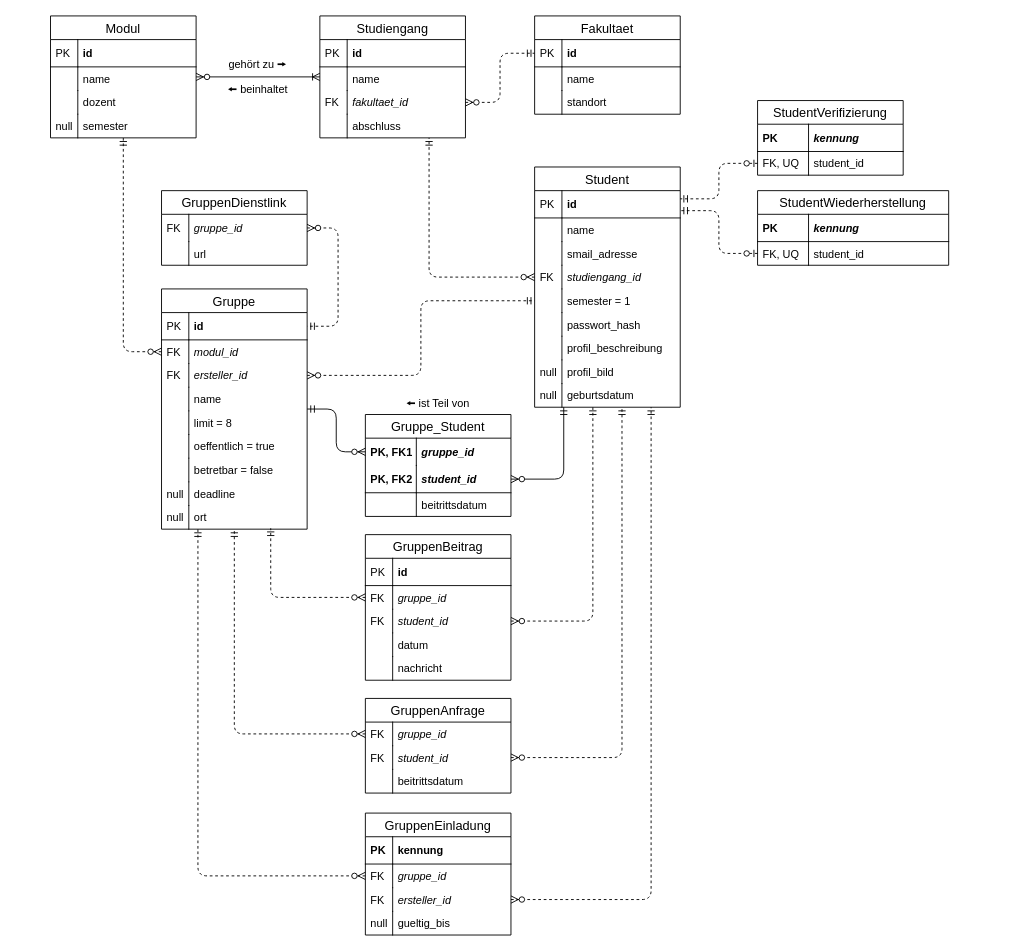
Before: page "ERD" (1 of 2) of model.drawio in jonasberge/thk-dbs2, a draw.io diagram. Source tidied: cells renumbered, new cells numbered last; positions are measured from the earlier drawing's top-left corner, leaving out a move shared by most shapes. Both pictures are drawn from the tidied source at 91%, with x=0, y=0 at pixel (50, 15).
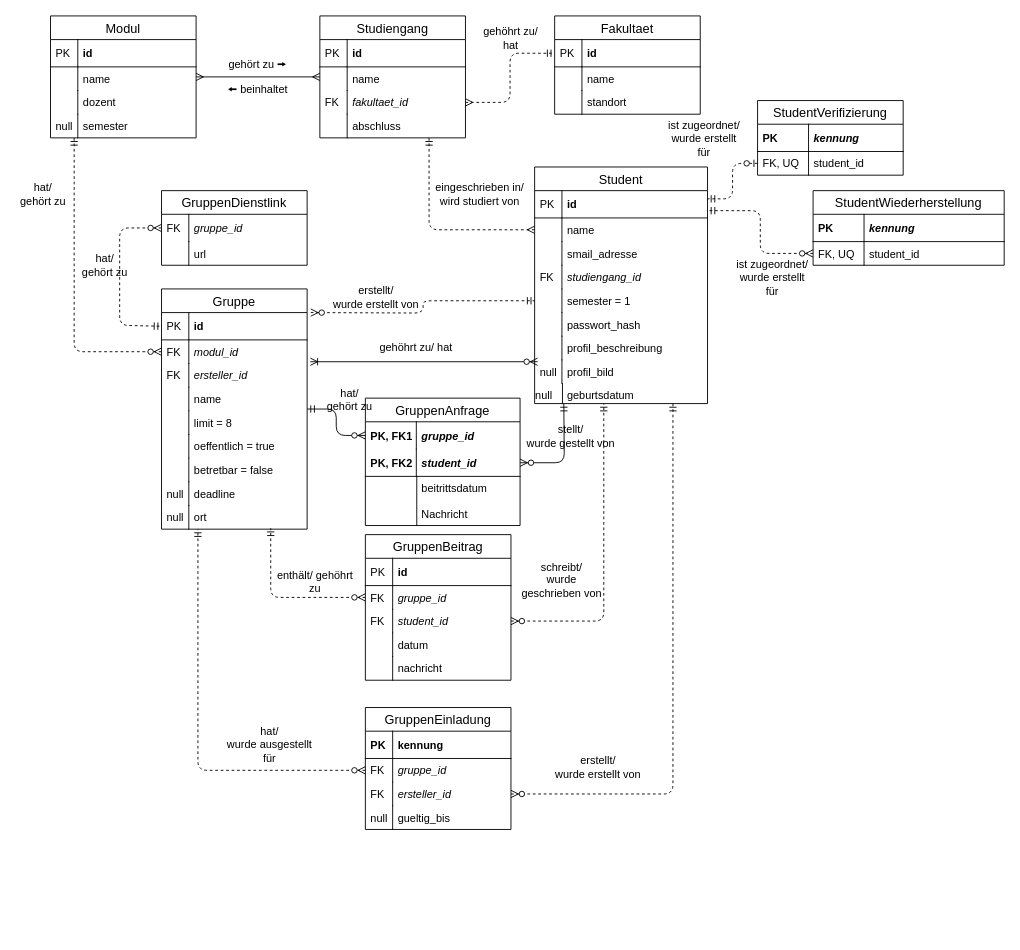
Above is the later version.

Commit message:
Beziehung beschriftet und Kardinalitaet angepasst

The change refers to these unchanged cells:
```xml
<mxCell id="10" value="id" style="shape=partialRectangle;top=0;left=0;right=0;bottom=1;align=left;verticalAlign=middle;fillColor=none;spacingLeft=34;spacingRight=4;overflow=hidden;points=[[0,0.5],[1,0.5]];portConstraint=eastwest;fontStyle=1;fontSize=12;" parent="9" vertex="1">
  <mxGeometry y="26" width="160" height="30" as="geometry" />
</mxCell>
<mxCell id="12" value="modul_id" style="shape=partialRectangle;top=0;left=0;right=0;bottom=0;align=left;verticalAlign=top;fillColor=none;spacingLeft=34;spacingRight=4;overflow=hidden;points=[[0,0.5],[1,0.5]];portConstraint=eastwest;fontSize=12;fontStyle=2;" parent="9" vertex="1">
  <mxGeometry y="56" width="160" height="26" as="geometry" />
</mxCell>
<mxCell id="14" value="ersteller_id" style="shape=partialRectangle;top=0;left=0;right=0;bottom=0;align=left;verticalAlign=top;fillColor=none;spacingLeft=34;spacingRight=4;overflow=hidden;points=[[0,0.5],[1,0.5]];portConstraint=eastwest;fontSize=12;fontStyle=2;" parent="9" vertex="1">
  <mxGeometry y="82" width="160" height="26" as="geometry" />
</mxCell>
<mxCell id="26" value="ort" style="shape=partialRectangle;top=0;left=0;right=0;bottom=0;align=left;verticalAlign=top;fillColor=none;spacingLeft=34;spacingRight=4;overflow=hidden;points=[[0,0.5],[1,0.5]];portConstraint=eastwest;fontSize=12;" parent="9" vertex="1">
  <mxGeometry y="238" width="160" height="26" as="geometry" />
</mxCell>
<mxCell id="40" value="gruppe_id" style="shape=partialRectangle;top=0;left=0;right=0;bottom=1;align=left;verticalAlign=middle;fillColor=none;spacingLeft=34;spacingRight=4;overflow=hidden;points=[[0,0.5],[1,0.5]];portConstraint=eastwest;fontStyle=2;fontSize=12;strokeColor=none;" parent="39" vertex="1">
  <mxGeometry y="26" width="160" height="30" as="geometry" />
</mxCell>
<mxCell id="88" value="Studiengang" style="swimlane;fontStyle=0;horizontal=1;startSize=26;align=center;fontSize=14;" parent="1" vertex="1">
  <mxGeometry x="296" width="160" height="134" as="geometry" />
</mxCell>
<mxCell id="93" value="fakultaet_id" style="shape=partialRectangle;top=0;left=0;right=0;bottom=0;align=left;verticalAlign=top;fillColor=none;spacingLeft=34;spacingRight=4;overflow=hidden;points=[[0,0.5],[1,0.5]];portConstraint=eastwest;fontSize=12;fontStyle=2;" parent="88" vertex="1">
  <mxGeometry y="82" width="160" height="26" as="geometry" />
</mxCell>
<mxCell id="95" value="abschluss" style="shape=partialRectangle;top=0;left=0;right=0;bottom=0;align=left;verticalAlign=top;fillColor=none;spacingLeft=34;spacingRight=4;overflow=hidden;points=[[0,0.5],[1,0.5]];portConstraint=eastwest;fontSize=12;" parent="88" vertex="1">
  <mxGeometry y="108" width="160" height="26" as="geometry" />
</mxCell>
<mxCell id="98" value="id" style="shape=partialRectangle;top=0;left=0;right=0;bottom=1;align=left;verticalAlign=middle;fillColor=none;spacingLeft=34;spacingRight=4;overflow=hidden;points=[[0,0.5],[1,0.5]];portConstraint=eastwest;fontStyle=1;fontSize=12;" parent="97" vertex="1">
  <mxGeometry y="26" width="160" height="30" as="geometry" />
</mxCell>
<mxCell id="104" value="Modul" style="swimlane;fontStyle=0;horizontal=1;startSize=26;align=center;fontSize=14;" parent="1" vertex="1">
  <mxGeometry width="160" height="134" as="geometry" />
</mxCell>
<mxCell id="131" value="student_id" style="shape=partialRectangle;top=0;left=0;right=0;bottom=0;align=left;verticalAlign=top;fillColor=none;spacingLeft=60;spacingRight=4;overflow=hidden;points=[[0,0.5],[1,0.5]];portConstraint=eastwest;fontSize=12;fontStyle=0;" parent="128" vertex="1">
  <mxGeometry y="56" width="210" height="26" as="geometry" />
</mxCell>
```

What changed in the source:
```diff
@@
-    <mxCell id="2" style="edgeStyle=orthogonalEdgeStyle;rounded=1;jettySize=auto;html=1;startArrow=ERzeroToMany;startFill=1;endArrow=ERmandOne;endFill=0;exitX=1;exitY=0.5;exitDx=0;exitDy=0;dashed=1;entryX=0;entryY=0.5;entryDx=0;entryDy=0;" parent="1" edge="1" source="93" target="98">
+    <mxCell id="2" style="edgeStyle=orthogonalEdgeStyle;rounded=1;jettySize=auto;html=1;startArrow=ERmany;startFill=0;endArrow=ERmandOne;endFill=0;exitX=1;exitY=0.5;exitDx=0;exitDy=0;dashed=1;entryX=0;entryY=0.5;entryDx=0;entryDy=0;" parent="1" edge="1" source="93" target="98">
       <mxGeometry relative="1" as="geometry" />
     </mxCell>
-    <mxCell id="3" style="edgeStyle=orthogonalEdgeStyle;rounded=1;jettySize=auto;html=1;startArrow=ERzeroToMany;startFill=1;endArrow=ERmandOne;endFill=0;entryX=0.75;entryY=1;entryDx=0;entryDy=0;entryPerimeter=0;exitX=0;exitY=0.5;exitDx=0;exitDy=0;dashed=1;" parent="1" edge="1" source="51" target="95">
+    <mxCell id="3" style="edgeStyle=orthogonalEdgeStyle;rounded=1;jettySize=auto;html=1;startArrow=ERmany;startFill=0;endArrow=ERmandOne;endFill=0;entryX=0.75;entryY=1;entryDx=0;entryDy=0;entryPerimeter=0;exitX=0;exitY=0.5;exitDx=0;exitDy=0;dashed=1;" parent="1" edge="1" source="47" target="95">
       <mxGeometry relative="1" as="geometry" />
     </mxCell>
@@
-    <mxCell id="5" style="edgeStyle=orthogonalEdgeStyle;rounded=1;jettySize=auto;html=1;startArrow=ERzeroToMany;startFill=1;endArrow=ERoneToMany;endFill=0;strokeColor=#000000;" parent="1" edge="1" source="104" target="88">
+    <mxCell id="5" style="edgeStyle=orthogonalEdgeStyle;rounded=1;jettySize=auto;html=1;startArrow=ERmany;startFill=0;endArrow=ERmany;endFill=0;strokeColor=#000000;" parent="1" edge="1" source="104" target="88">
       <mxGeometry relative="1" as="geometry" />
     </mxCell>
     <mxCell id="6" style="edgeStyle=orthogonalEdgeStyle;rounded=1;jettySize=auto;html=1;startArrow=ERzeroToMany;startFill=1;endArrow=ERmandOne;endFill=0;strokeColor=#000000;exitX=0;exitY=0.5;exitDx=0;exitDy=0;dashed=1;" parent="1" edge="1" source="12" target="104">
-      <mxGeometry relative="1" as="geometry" />
+      <mxGeometry relative="1" as="geometry">
+        <Array as="points">
+          <mxPoint x="26" y="369" />
+        </Array>
+      </mxGeometry>
     </mxCell>
-    <mxCell id="7" style="rounded=1;jettySize=auto;html=1;startArrow=ERzeroToMany;startFill=1;endArrow=ERmandOne;endFill=0;strokeColor=#000000;edgeStyle=orthogonalEdgeStyle;entryX=0;entryY=0.5;entryDx=0;entryDy=0;dashed=1;" parent="1" edge="1" source="14" target="53">
-      <mxGeometry relative="1" as="geometry" />
+    <mxCell id="7" style="rounded=1;jettySize=auto;html=1;startArrow=ERzeroToMany;startFill=1;endArrow=ERmandOne;endFill=0;strokeColor=#000000;edgeStyle=orthogonalEdgeStyle;entryX=0;entryY=0.5;entryDx=0;entryDy=0;dashed=1;" parent="1" edge="1" target="53">
+      <mxGeometry relative="1" as="geometry">
+        <mxPoint x="286" y="326" as="sourcePoint" />
+      </mxGeometry>
     </mxCell>
-    <mxCell id="8" style="edgeStyle=orthogonalEdgeStyle;rounded=1;jettySize=auto;html=1;entryX=1;entryY=0.733;entryDx=0;entryDy=0;startArrow=ERzeroToOne;startFill=1;endArrow=ERmandOne;endFill=0;strokeColor=#000000;entryPerimeter=0;exitX=0;exitY=0.5;exitDx=0;exitDy=0;dashed=1;" parent="1" edge="1" source="131" target="45">
+    <mxCell id="8" style="edgeStyle=orthogonalEdgeStyle;rounded=1;jettySize=auto;html=1;entryX=1;entryY=0.733;entryDx=0;entryDy=0;startArrow=ERzeroToMany;startFill=1;endArrow=ERmandOne;endFill=0;strokeColor=#000000;entryPerimeter=0;exitX=0;exitY=0.5;exitDx=0;exitDy=0;dashed=1;" parent="1" edge="1" source="131" target="45">
       <mxGeometry relative="1" as="geometry" />
     </mxCell>
@@
-    <mxCell id="28" style="edgeStyle=orthogonalEdgeStyle;rounded=1;jettySize=auto;html=1;entryX=1;entryY=0.5;entryDx=0;entryDy=0;startArrow=ERzeroToMany;startFill=1;endArrow=ERmandOne;endFill=0;strokeColor=#000000;exitX=1;exitY=0.5;exitDx=0;exitDy=0;dashed=1;" parent="1" edge="1" source="40" target="10">
+    <mxCell id="28" style="edgeStyle=orthogonalEdgeStyle;rounded=1;jettySize=auto;html=1;startArrow=ERzeroToMany;startFill=1;endArrow=ERmandOne;endFill=0;strokeColor=#000000;dashed=1;entryX=0;entryY=0.5;entryDx=0;entryDy=0;" parent="1" edge="1" source="40" target="10">
       <mxGeometry relative="1" as="geometry">
         <Array as="points">
-          <mxPoint x="316" y="233" />
-          <mxPoint x="316" y="341" />
+          <mxPoint x="76" y="233" />
+          <mxPoint x="76" y="340" />
         </Array>
       </mxGeometry>
     </mxCell>
@@
-    <mxCell id="31" style="edgeStyle=orthogonalEdgeStyle;rounded=1;jettySize=auto;html=1;startArrow=ERzeroToMany;startFill=1;endArrow=ERmandOne;endFill=0;strokeColor=#000000;entryX=0.2;entryY=1;entryDx=0;entryDy=0;entryPerimeter=0;exitX=1;exitY=0.5;exitDx=0;exitDy=0;" parent="1" edge="1" source="84" target="61">
-      <mxGeometry relative="1" as="geometry" />
+    <mxCell id="31" style="edgeStyle=orthogonalEdgeStyle;rounded=1;jettySize=auto;html=1;startArrow=ERzeroToMany;startFill=1;endArrow=ERmandOne;endFill=0;strokeColor=#000000;entryX=0.2;entryY=1;entryDx=0;entryDy=0;entryPerimeter=0;exitX=1;exitY=0.5;exitDx=0;exitDy=0;" parent="1" edge="1" source="84">
+      <mxGeometry relative="1" as="geometry">
+        <mxPoint x="564.1" y="426" as="targetPoint" />
+      </mxGeometry>
     </mxCell>
@@
-    <mxCell id="33" style="edgeStyle=orthogonalEdgeStyle;rounded=1;jettySize=auto;html=1;startArrow=ERzeroToMany;startFill=1;endArrow=ERmandOne;endFill=0;strokeColor=#000000;exitX=0;exitY=0.5;exitDx=0;exitDy=0;entryX=0.5;entryY=1;entryDx=0;entryDy=0;entryPerimeter=0;dashed=1;" parent="1" edge="1" source="75" target="26">
-      <mxGeometry relative="1" as="geometry" />
-    </mxCell>
-    <mxCell id="34" style="edgeStyle=orthogonalEdgeStyle;rounded=1;jettySize=auto;html=1;startArrow=ERzeroToMany;startFill=1;endArrow=ERmandOne;endFill=0;strokeColor=#000000;entryX=0.6;entryY=1;entryDx=0;entryDy=0;entryPerimeter=0;exitX=1;exitY=0.5;exitDx=0;exitDy=0;dashed=1;" parent="1" edge="1" source="77" target="61">
-      <mxGeometry relative="1" as="geometry" />
-    </mxCell>
@@
     <mxCell id="44" value="Student" style="swimlane;fontStyle=0;horizontal=1;startSize=26;align=center;fontSize=14;" parent="1" vertex="1">
-      <mxGeometry x="532" y="166" width="160" height="264" as="geometry" />
+      <mxGeometry x="532" y="166" width="190" height="260" as="geometry" />
     </mxCell>
     <mxCell id="45" value="id" style="shape=partialRectangle;top=0;left=0;right=0;bottom=1;align=left;verticalAlign=middle;fillColor=none;spacingLeft=34;spacingRight=4;overflow=hidden;points=[[0,0.5],[1,0.5]];portConstraint=eastwest;fontStyle=1;fontSize=12;" parent="44" vertex="1">
-      <mxGeometry y="26" width="160" height="30" as="geometry" />
+      <mxGeometry y="26" width="190" height="30" as="geometry" />
     </mxCell>
@@
     <mxCell id="47" value="name" style="shape=partialRectangle;top=0;left=0;right=0;bottom=0;align=left;verticalAlign=top;fillColor=none;spacingLeft=34;spacingRight=4;overflow=hidden;points=[[0,0.5],[1,0.5]];portConstraint=eastwest;fontSize=12;" parent="44" vertex="1">
-      <mxGeometry y="56" width="160" height="26" as="geometry" />
+      <mxGeometry y="56" width="190" height="26" as="geometry" />
     </mxCell>
@@
     <mxCell id="49" value="smail_adresse" style="shape=partialRectangle;top=0;left=0;right=0;bottom=0;align=left;verticalAlign=top;fillColor=none;spacingLeft=34;spacingRight=4;overflow=hidden;fontSize=12;" parent="44" vertex="1">
-      <mxGeometry y="82" width="160" height="26" as="geometry" />
+      <mxGeometry y="82" width="190" height="26" as="geometry" />
     </mxCell>
@@
     <mxCell id="51" value="studiengang_id" style="shape=partialRectangle;top=0;left=0;right=0;bottom=0;align=left;verticalAlign=top;fillColor=none;spacingLeft=34;spacingRight=4;overflow=hidden;points=[[0,0.5],[1,0.5]];portConstraint=eastwest;fontSize=12;fontStyle=2;" parent="44" vertex="1">
-      <mxGeometry y="108" width="160" height="26" as="geometry" />
+      <mxGeometry y="108" width="190" height="26" as="geometry" />
     </mxCell>
@@
     <mxCell id="53" value="semester = 1" style="shape=partialRectangle;top=0;left=0;right=0;bottom=0;align=left;verticalAlign=top;fillColor=none;spacingLeft=34;spacingRight=4;overflow=hidden;points=[[0,0.5],[1,0.5]];portConstraint=eastwest;fontSize=12;" parent="44" vertex="1">
-      <mxGeometry y="134" width="160" height="26" as="geometry" />
+      <mxGeometry y="134" width="190" height="26" as="geometry" />
     </mxCell>
@@
     <mxCell id="55" value="passwort_hash" style="shape=partialRectangle;top=0;left=0;right=0;bottom=0;align=left;verticalAlign=top;fillColor=none;spacingLeft=34;spacingRight=4;overflow=hidden;fontSize=12;" parent="44" vertex="1">
-      <mxGeometry y="160" width="160" height="26" as="geometry" />
+      <mxGeometry y="160" width="190" height="26" as="geometry" />
     </mxCell>
@@
     <mxCell id="57" value="profil_beschreibung" style="shape=partialRectangle;top=0;left=0;right=0;bottom=0;align=left;verticalAlign=top;fillColor=none;spacingLeft=34;spacingRight=4;overflow=hidden;fontSize=12;" parent="44" vertex="1">
-      <mxGeometry y="186" width="160" height="26" as="geometry" />
+      <mxGeometry y="186" width="190" height="26" as="geometry" />
     </mxCell>
@@
     <mxCell id="59" value="profil_bild" style="shape=partialRectangle;top=0;left=0;right=0;bottom=0;align=left;verticalAlign=top;fillColor=none;spacingLeft=34;spacingRight=4;overflow=hidden;points=[[0,0.5],[1,0.5]];portConstraint=eastwest;fontSize=12;" parent="44" vertex="1">
-      <mxGeometry y="212" width="160" height="26" as="geometry" />
+      <mxGeometry y="212" width="190" height="26" as="geometry" />
     </mxCell>
@@
     <mxCell id="61" value="geburtsdatum" style="shape=partialRectangle;top=0;left=0;right=0;bottom=0;align=left;verticalAlign=top;fillColor=none;spacingLeft=34;spacingRight=4;overflow=hidden;points=[[0,0.5],[1,0.5]];portConstraint=eastwest;fontSize=12;" parent="44" vertex="1">
-      <mxGeometry y="238" width="160" height="26" as="geometry" />
+      <mxGeometry y="238" width="190" height="22" as="geometry" />
     </mxCell>
     <mxCell id="62" value="null" style="shape=partialRectangle;top=0;left=0;bottom=0;fillColor=none;align=left;verticalAlign=top;spacingLeft=4;spacingRight=4;overflow=hidden;fontSize=12;" parent="61" vertex="1">
-      <mxGeometry width="30" height="26" as="geometry" />
+      <mxGeometry x="-5" width="35.6" height="22" as="geometry" />
     </mxCell>
@@
-    <mxCell id="74" value="GruppenAnfrage" style="swimlane;fontStyle=0;horizontal=1;startSize=26;align=center;fontSize=14;" parent="1" vertex="1">
-      <mxGeometry x="346" y="750" width="160" height="104" as="geometry" />
-    </mxCell>
-    <mxCell id="75" value="gruppe_id" style="shape=partialRectangle;top=0;left=0;right=0;bottom=0;align=left;verticalAlign=top;fillColor=none;spacingLeft=34;spacingRight=4;overflow=hidden;points=[[0,0.5],[1,0.5]];portConstraint=eastwest;fontSize=12;fontStyle=2;" parent="74" vertex="1">
-      <mxGeometry y="26" width="160" height="26" as="geometry" />
-    </mxCell>
-    <mxCell id="76" value="FK" style="shape=partialRectangle;top=0;left=0;bottom=0;fillColor=none;align=left;verticalAlign=top;spacingLeft=4;spacingRight=4;overflow=hidden;fontSize=12;" parent="75" vertex="1">
-      <mxGeometry width="30" height="26" as="geometry" />
-    </mxCell>
-    <mxCell id="77" value="student_id" style="shape=partialRectangle;top=0;left=0;right=0;bottom=0;align=left;verticalAlign=top;fillColor=none;spacingLeft=34;spacingRight=4;overflow=hidden;points=[[0,0.5],[1,0.5]];portConstraint=eastwest;fontSize=12;fontStyle=2;" parent="74" vertex="1">
-      <mxGeometry y="52" width="160" height="26" as="geometry" />
-    </mxCell>
-    <mxCell id="78" value="FK" style="shape=partialRectangle;top=0;left=0;bottom=0;fillColor=none;align=left;verticalAlign=top;spacingLeft=4;spacingRight=4;overflow=hidden;fontSize=12;" parent="77" vertex="1">
-      <mxGeometry width="30" height="26" as="geometry" />
-    </mxCell>
-    <mxCell id="79" value="beitrittsdatum" style="shape=partialRectangle;top=0;left=0;right=0;bottom=0;align=left;verticalAlign=top;fillColor=none;spacingLeft=34;spacingRight=4;overflow=hidden;fontSize=12;" parent="74" vertex="1">
-      <mxGeometry y="78" width="160" height="26" as="geometry" />
-    </mxCell>
-    <mxCell id="80" style="shape=partialRectangle;top=0;left=0;bottom=0;fillColor=none;align=left;verticalAlign=top;spacingLeft=4;spacingRight=4;overflow=hidden;fontSize=12;" parent="79" vertex="1">
-      <mxGeometry width="30" height="26" as="geometry" />
-    </mxCell>
-    <mxCell id="81" value="Gruppe_Student" style="swimlane;fontStyle=0;horizontal=1;startSize=26;align=center;fontSize=14;" parent="1" vertex="1">
-      <mxGeometry x="346" y="438" width="160" height="112" as="geometry" />
+    <mxCell id="81" value="GruppenAnfrage" style="swimlane;fontStyle=0;horizontal=1;startSize=26;align=center;fontSize=14;" parent="1" vertex="1">
+      <mxGeometry x="346" y="420" width="170" height="140" as="geometry" />
     </mxCell>
     <mxCell id="82" value="gruppe_id" style="shape=partialRectangle;top=0;left=0;right=0;bottom=0;align=left;verticalAlign=middle;fillColor=none;spacingLeft=60;spacingRight=4;overflow=hidden;points=[[0,0.5],[1,0.5]];portConstraint=eastwest;fontStyle=3;fontSize=12;" parent="81" vertex="1">
-      <mxGeometry y="26" width="160" height="30" as="geometry" />
+      <mxGeometry y="26" width="170" height="30" as="geometry" />
     </mxCell>
@@
     <mxCell id="84" value="student_id" style="shape=partialRectangle;top=0;left=0;right=0;bottom=1;align=left;verticalAlign=middle;fillColor=none;spacingLeft=60;spacingRight=4;overflow=hidden;points=[[0,0.5],[1,0.5]];portConstraint=eastwest;fontStyle=3;fontSize=12;" parent="81" vertex="1">
-      <mxGeometry y="56" width="160" height="30" as="geometry" />
+      <mxGeometry y="56" width="170" height="30" as="geometry" />
     </mxCell>
@@
-    <mxCell id="86" value="beitrittsdatum" style="shape=partialRectangle;top=0;left=0;right=0;bottom=0;align=left;verticalAlign=top;fillColor=none;spacingLeft=60;spacingRight=4;overflow=hidden;fontSize=12;" parent="81" vertex="1">
-      <mxGeometry y="86" width="160" height="26" as="geometry" />
+    <mxCell id="86" value="beitrittsdatum&#10;&#10;Nachricht" style="shape=partialRectangle;top=0;left=0;right=0;bottom=0;align=left;verticalAlign=top;fillColor=none;spacingLeft=60;spacingRight=4;overflow=hidden;fontSize=12;" parent="81" vertex="1">
+      <mxGeometry y="86" width="170" height="54" as="geometry" />
     </mxCell>
     <mxCell id="87" style="shape=partialRectangle;top=0;left=0;bottom=0;fillColor=none;align=left;verticalAlign=top;spacingLeft=4;spacingRight=4;overflow=hidden;fontSize=12;" parent="86" vertex="1">
-      <mxGeometry width="56" height="26" as="geometry" />
+      <mxGeometry x="-3" width="59.5" height="54" as="geometry" />
     </mxCell>
@@
     <mxCell id="97" value="Fakultaet" style="swimlane;fontStyle=0;horizontal=1;startSize=26;align=center;fontSize=14;" parent="1" vertex="1">
-      <mxGeometry x="532" width="160" height="108" as="geometry" />
+      <mxGeometry x="554" width="160" height="108" as="geometry" />
     </mxCell>
@@
     <mxCell id="113" value="GruppenEinladung" style="swimlane;fontStyle=0;horizontal=1;startSize=26;align=center;fontSize=14;" parent="1" vertex="1">
-      <mxGeometry x="346" y="876" width="160" height="134" as="geometry" />
+      <mxGeometry x="346" y="760" width="160" height="134" as="geometry" />
     </mxCell>
@@
-    <mxCell id="122" value="🠘 ist Teil von" style="text;strokeColor=none;fillColor=none;spacingLeft=4;spacingRight=4;overflow=hidden;fontSize=12;align=center;" parent="1" vertex="1">
-      <mxGeometry x="380" y="412" width="92" height="26" as="geometry" />
-    </mxCell>
@@
     <mxCell id="128" value="StudentWiederherstellung" style="swimlane;fontStyle=0;horizontal=1;startSize=26;align=center;fontSize=14;" parent="1" vertex="1">
-      <mxGeometry x="777" y="192" width="210" height="82" as="geometry" />
+      <mxGeometry x="838" y="192" width="210" height="82" as="geometry" />
     </mxCell>
@@
+    <mxCell id="133" value="gehöhrt zu/ hat" style="text;html=1;strokeColor=none;fillColor=none;align=center;verticalAlign=middle;whiteSpace=wrap;rounded=0;" parent="1" vertex="1">
+      <mxGeometry x="317" y="355" width="170" height="20" as="geometry" />
+    </mxCell>
+    <mxCell id="134" value="erstellt/&lt;br&gt;wurde erstellt von" style="text;html=1;strokeColor=none;fillColor=none;align=center;verticalAlign=middle;whiteSpace=wrap;rounded=0;" parent="1" vertex="1">
+      <mxGeometry x="285" y="283" width="146" height="52" as="geometry" />
+    </mxCell>
+    <mxCell id="135" style="fontSize=12;html=1;endArrow=ERoneToMany;startArrow=ERzeroToMany;entryX=1.022;entryY=-0.077;entryDx=0;entryDy=0;entryPerimeter=0;exitX=0.017;exitY=0.077;exitDx=0;exitDy=0;exitPerimeter=0;" parent="1" edge="1" source="59" target="14">
+      <mxGeometry relative="1" as="geometry" />
+    </mxCell>
+    <mxCell id="136" value="stellt/&lt;br&gt;wurde gestellt von" style="text;html=1;strokeColor=none;fillColor=none;align=center;verticalAlign=middle;whiteSpace=wrap;rounded=0;" parent="1" vertex="1">
+      <mxGeometry x="512" y="442" width="120" height="40" as="geometry" />
+    </mxCell>
+    <mxCell id="137" value="hat/&lt;br&gt;gehört zu" style="text;html=1;strokeColor=none;fillColor=none;align=center;verticalAlign=middle;whiteSpace=wrap;rounded=0;" parent="1" vertex="1">
+      <mxGeometry x="269" y="402" width="120" height="40" as="geometry" />
+    </mxCell>
+    <mxCell id="138" value="erstellt/&lt;br&gt;wurde erstellt von" style="text;html=1;strokeColor=none;fillColor=none;align=center;verticalAlign=middle;whiteSpace=wrap;rounded=0;" parent="1" vertex="1">
+      <mxGeometry x="552" y="801" width="100" height="50" as="geometry" />
+    </mxCell>
+    <mxCell id="139" value="hat/&lt;br&gt;wurde ausgestellt für" style="text;html=1;strokeColor=none;fillColor=none;align=center;verticalAlign=middle;whiteSpace=wrap;rounded=0;" parent="1" vertex="1">
+      <mxGeometry x="191" y="771" width="100" height="60" as="geometry" />
+    </mxCell>
+    <mxCell id="140" value="hat/&lt;br&gt;gehört zu" style="text;html=1;strokeColor=none;fillColor=none;align=center;verticalAlign=middle;whiteSpace=wrap;rounded=0;" parent="1" vertex="1">
+      <mxGeometry x="30" y="244" width="60" height="60" as="geometry" />
+    </mxCell>
+    <mxCell id="141" value="gehöhrt zu/&lt;br&gt;hat" style="text;html=1;strokeColor=none;fillColor=none;align=center;verticalAlign=middle;whiteSpace=wrap;rounded=0;" parent="1" vertex="1">
+      <mxGeometry x="466" y="10" width="80" height="30" as="geometry" />
+    </mxCell>
+    <mxCell id="142" value="enthält/ gehöhrt zu" style="text;html=1;strokeColor=none;fillColor=none;align=center;verticalAlign=middle;whiteSpace=wrap;rounded=0;" parent="1" vertex="1">
+      <mxGeometry x="246" y="592" width="90" height="60" as="geometry" />
+    </mxCell>
+    <mxCell id="143" value="schreibt/&lt;br&gt;wurde geschrieben von" style="text;html=1;strokeColor=none;fillColor=none;align=center;verticalAlign=middle;whiteSpace=wrap;rounded=0;" parent="1" vertex="1">
+      <mxGeometry x="512" y="590" width="100" height="60" as="geometry" />
+    </mxCell>
+    <mxCell id="144" value="hat/&lt;br&gt;gehört zu" style="text;html=1;strokeColor=none;fillColor=none;align=center;verticalAlign=middle;whiteSpace=wrap;rounded=0;" parent="1" vertex="1">
+      <mxGeometry x="-38" y="166" width="60" height="60" as="geometry" />
+    </mxCell>
+    <mxCell id="145" value="ist zugeordnet/&lt;br&gt;wurde erstellt für" style="text;html=1;strokeColor=none;fillColor=none;align=center;verticalAlign=middle;whiteSpace=wrap;rounded=0;" parent="1" vertex="1">
+      <mxGeometry x="749" y="261" width="89" height="54" as="geometry" />
+    </mxCell>
+    <mxCell id="146" value="ist zugeordnet/&lt;br&gt;wurde erstellt für" style="text;html=1;strokeColor=none;fillColor=none;align=center;verticalAlign=middle;whiteSpace=wrap;rounded=0;" parent="1" vertex="1">
+      <mxGeometry x="673.5" y="108" width="89" height="54" as="geometry" />
+    </mxCell>
+    <mxCell id="147" value="eingeschrieben in/ wird studiert von" style="text;html=1;strokeColor=none;fillColor=none;align=center;verticalAlign=middle;whiteSpace=wrap;rounded=0;" parent="1" vertex="1">
+      <mxGeometry x="417" y="166" width="110" height="60" as="geometry" />
+    </mxCell>
```
